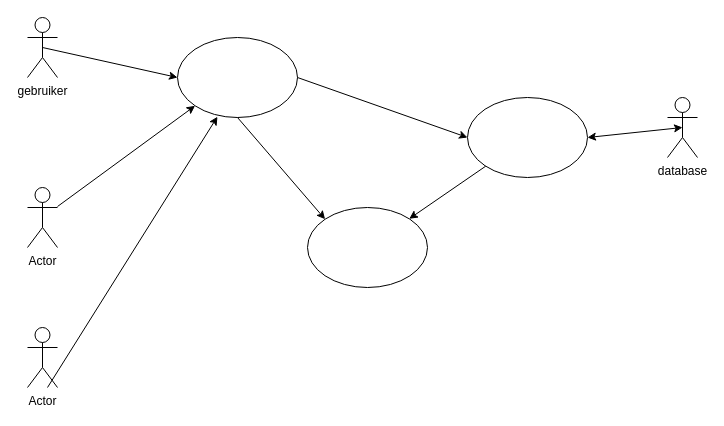
Earlier version of the draw.io diagram Untitled Diagram.drawio (edwardwarnders/hello-world). Source tidied: cells renumbered, new cells numbered last; positions are measured from the earlier drawing's top-left corner, leaving out a move shared by most shapes. Both pictures are drawn from the tidied source at 100%, with x=0, y=0 at pixel (27, 17).
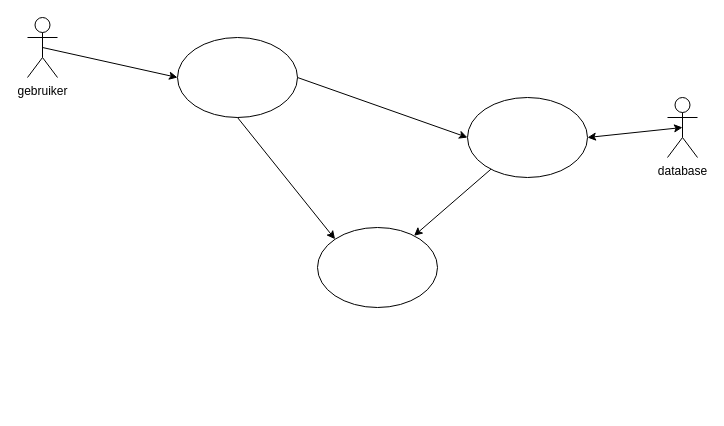
The same diagram, later.

The edit, as a diff of the source:
```diff
@@
 <mxGraphModel>
   <root>
     <mxCell id="0" />
     <mxCell id="1" parent="0" />
     <mxCell id="2" value="gebruiker&lt;br&gt;" style="shape=umlActor;verticalLabelPosition=bottom;verticalAlign=top;html=1;outlineConnect=0;" parent="1" vertex="1">
       <mxGeometry width="30" height="60" as="geometry" />
     </mxCell>
-    <mxCell id="3" value="Actor" style="shape=umlActor;verticalLabelPosition=bottom;verticalAlign=top;html=1;outlineConnect=0;" parent="1" vertex="1">
-      <mxGeometry y="170" width="30" height="60" as="geometry" />
-    </mxCell>
-    <mxCell id="4" value="Actor" style="shape=umlActor;verticalLabelPosition=bottom;verticalAlign=top;html=1;" parent="1" vertex="1">
-      <mxGeometry y="310" width="30" height="60" as="geometry" />
-    </mxCell>
     <mxCell id="5" style="ellipse;whiteSpace=wrap;html=1;" parent="1" vertex="1">
       <mxGeometry x="440" y="80" width="120" height="80" as="geometry" />
     </mxCell>
     <mxCell id="6" style="ellipse;whiteSpace=wrap;html=1;" parent="1" vertex="1">
       <mxGeometry x="150" y="20" width="120" height="80" as="geometry" />
     </mxCell>
     <mxCell id="7" style="endArrow=classic;html=1;entryX=0;entryY=0.5;entryDx=0;entryDy=0;exitX=0.5;exitY=0.5;exitDx=0;exitDy=0;exitPerimeter=0;" parent="1" edge="1" source="2" target="6">
       <mxGeometry relative="1" as="geometry" />
     </mxCell>
     <mxCell id="8" value="database" style="shape=umlActor;verticalLabelPosition=bottom;verticalAlign=top;html=1;outlineConnect=0;" parent="1" vertex="1">
       <mxGeometry x="640" y="80" width="30" height="60" as="geometry" />
     </mxCell>
     <mxCell id="9" style="endArrow=classic;html=1;exitX=1;exitY=0.5;exitDx=0;exitDy=0;entryX=0;entryY=0.5;entryDx=0;entryDy=0;" parent="1" edge="1" source="6" target="5">
       <mxGeometry relative="1" as="geometry" />
     </mxCell>
     <mxCell id="10" style="ellipse;whiteSpace=wrap;html=1;" parent="1" vertex="1">
-      <mxGeometry x="280" y="190" width="120" height="80" as="geometry" />
+      <mxGeometry x="290" y="210" width="120" height="80" as="geometry" />
     </mxCell>
     <mxCell id="11" style="endArrow=classic;html=1;entryX=0;entryY=0;entryDx=0;entryDy=0;exitX=0.5;exitY=1;exitDx=0;exitDy=0;" parent="1" edge="1" source="6" target="10">
       <mxGeometry relative="1" as="geometry" />
     </mxCell>
     <mxCell id="12" style="endArrow=classic;html=1;" parent="1" edge="1" source="5" target="10">
       <mxGeometry relative="1" as="geometry" />
     </mxCell>
     <mxCell id="13" style="endArrow=classic;startArrow=classic;html=1;exitX=1;exitY=0.5;exitDx=0;exitDy=0;entryX=0.5;entryY=0.5;entryDx=0;entryDy=0;entryPerimeter=0;" parent="1" edge="1" source="5" target="8">
       <mxGeometry relative="1" as="geometry" />
     </mxCell>
-    <mxCell id="14" style="endArrow=classic;html=1;entryX=0.333;entryY=0.99;entryDx=0;entryDy=0;entryPerimeter=0;" parent="1" edge="1" target="6">
-      <mxGeometry relative="1" as="geometry">
-        <mxPoint x="20" y="370" as="sourcePoint" />
-      </mxGeometry>
-    </mxCell>
-    <mxCell id="15" style="endArrow=classic;html=1;entryX=0;entryY=1;entryDx=0;entryDy=0;" parent="1" edge="1" source="3" target="6">
-      <mxGeometry relative="1" as="geometry" />
-    </mxCell>
   </root>
 </mxGraphModel>
```
